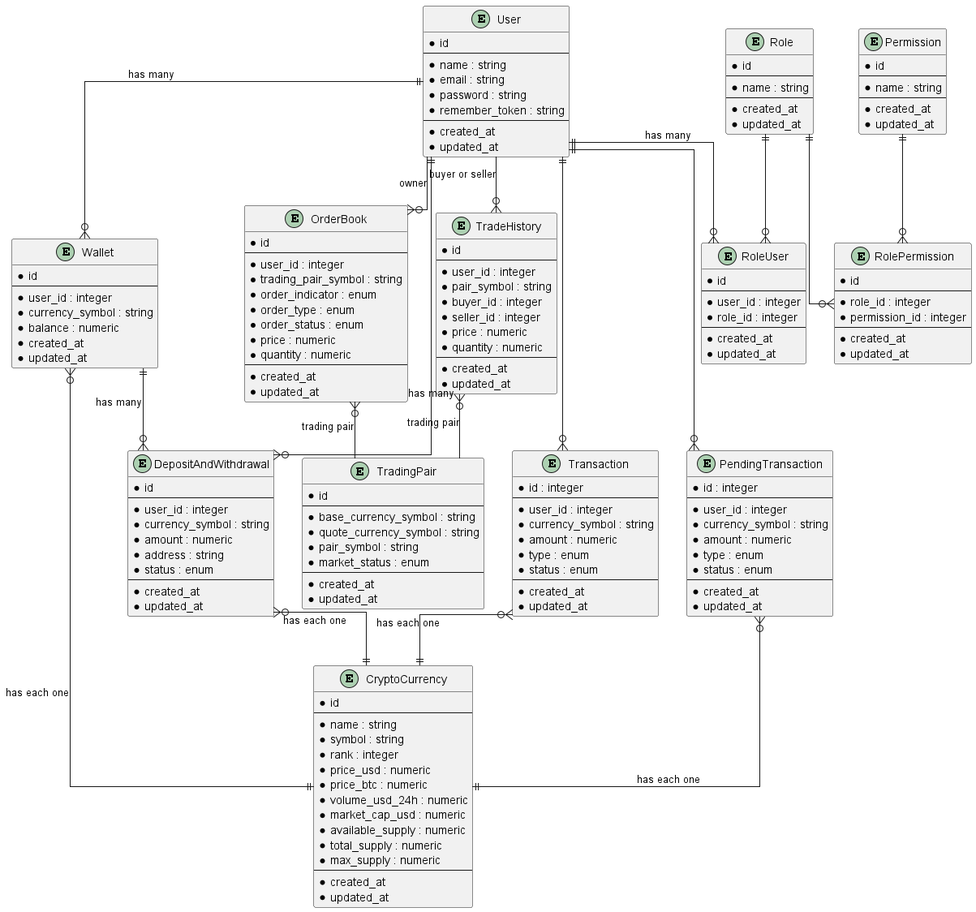
Above: design/diagrams/png/All.png in xemoe/xemoe-exchange-app (PlantUML), before the change. Its source is kept beside it as design/diagrams/er/All.puml.
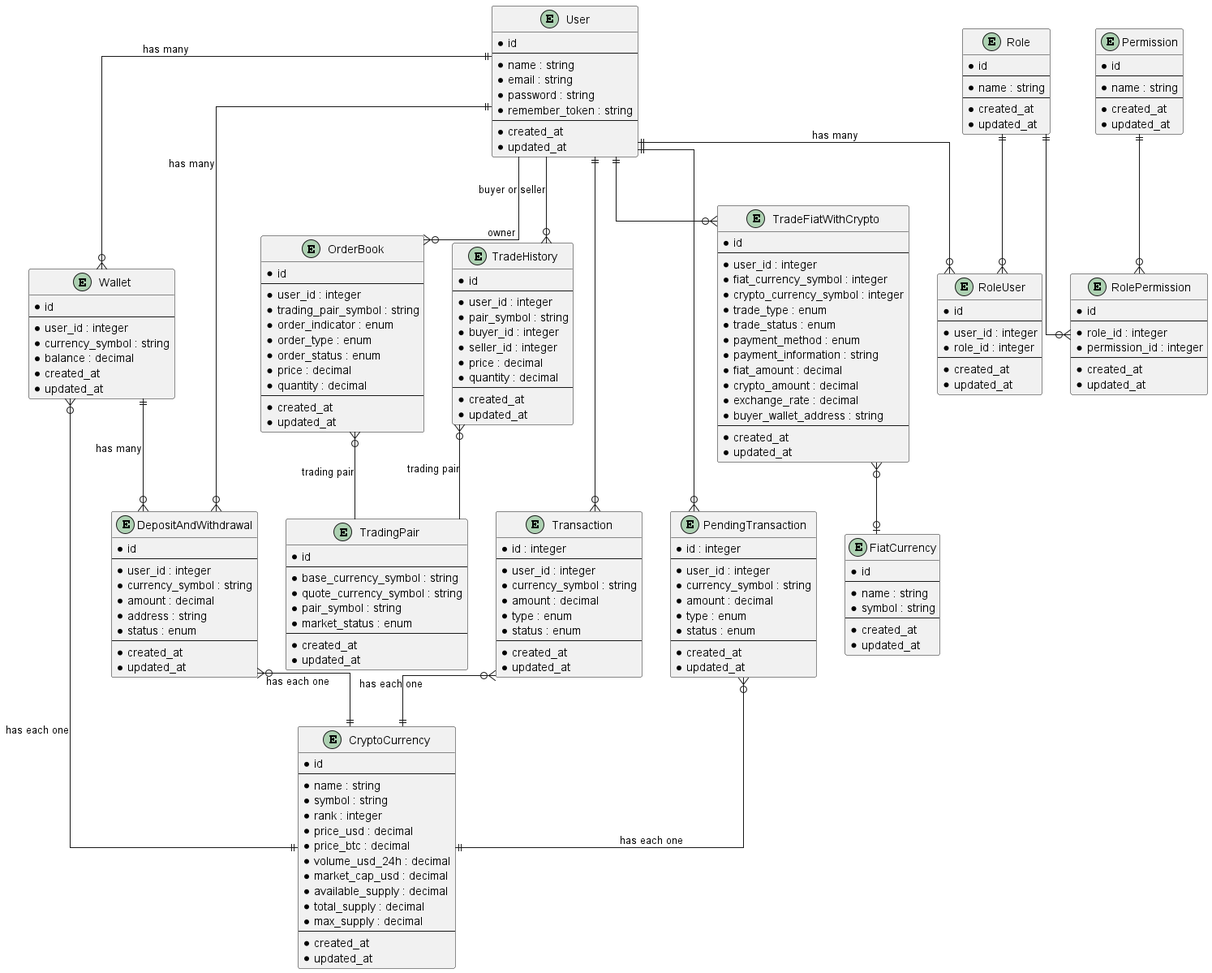
After the change.

Commit message:
design: add trade fiat with crypto diagram

Diff of the diagram source:
```diff
@@ -6,5 +6,6 @@
 !include Users_Wallet_DepositAndWithdrawal.puml
 !include Users_OrderBook.puml
 !include Users_Transaction.puml
+!include Users_TradeFiatWithCrypto.puml
 
 @enduml
```
